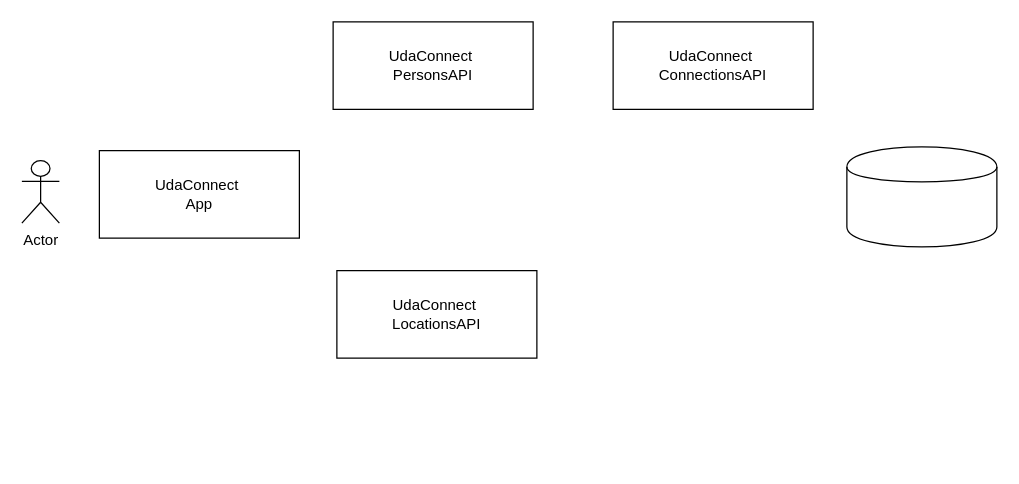
Before: docs/architecture_design.drawio in NohaSalah/nd064-c2-message-passing-projects-starter, a draw.io diagram. Source tidied: cells renumbered, new cells numbered last; positions are measured from the earlier drawing's top-left corner, leaving out a move shared by most shapes. Both pictures are drawn from the tidied source at 125%, with x=0, y=0 at pixel (21, 21).
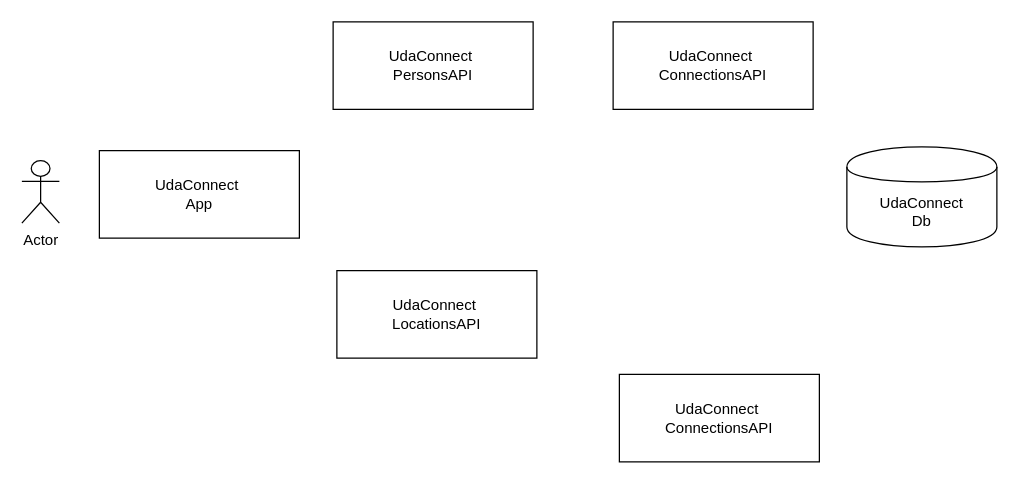
The same page after the edit.

Commit message:
Initial creation of main entities

The edit, as a diff of the source:
```diff
@@
 <mxGraphModel>
   <root>
     <mxCell id="0" />
     <mxCell id="1" parent="0" />
     <mxCell id="2" value="Actor" style="shape=umlActor;verticalLabelPosition=bottom;verticalAlign=top;html=1;" parent="1" vertex="1">
       <mxGeometry y="111" width="30" height="50" as="geometry" />
     </mxCell>
     <mxCell id="3" value="UdaConnect&amp;nbsp;&lt;br&gt;PersonsAPI" style="whiteSpace=wrap;html=1;" parent="1" vertex="1">
       <mxGeometry x="249" width="160" height="70" as="geometry" />
     </mxCell>
     <mxCell id="4" value="UdaConnect&amp;nbsp;&lt;br&gt;LocationsAPI" style="whiteSpace=wrap;html=1;" parent="1" vertex="1">
       <mxGeometry x="252" y="199" width="160" height="70" as="geometry" />
     </mxCell>
     <mxCell id="5" value="UdaConnect&amp;nbsp;&lt;br&gt;ConnectionsAPI" style="whiteSpace=wrap;html=1;" parent="1" vertex="1">
       <mxGeometry x="473" width="160" height="70" as="geometry" />
     </mxCell>
     <mxCell id="6" value="UdaConnect&amp;nbsp;&lt;br&gt;App" style="whiteSpace=wrap;html=1;" parent="1" vertex="1">
       <mxGeometry x="62" y="103" width="160" height="70" as="geometry" />
     </mxCell>
-    <mxCell id="7" style="shape=cylinder;whiteSpace=wrap;html=1;boundedLbl=1;backgroundOutline=1;" parent="1" vertex="1">
+    <mxCell id="7" value="UdaConnect&lt;br&gt;Db" style="shape=cylinder;whiteSpace=wrap;html=1;boundedLbl=1;backgroundOutline=1;" parent="1" vertex="1">
       <mxGeometry x="660" y="100" width="120" height="80" as="geometry" />
     </mxCell>
+    <mxCell id="8" value="UdaConnect&amp;nbsp;&lt;br&gt;ConnectionsAPI" style="whiteSpace=wrap;html=1;" parent="1" vertex="1">
+      <mxGeometry x="478" y="282" width="160" height="70" as="geometry" />
+    </mxCell>
   </root>
 </mxGraphModel>
```
